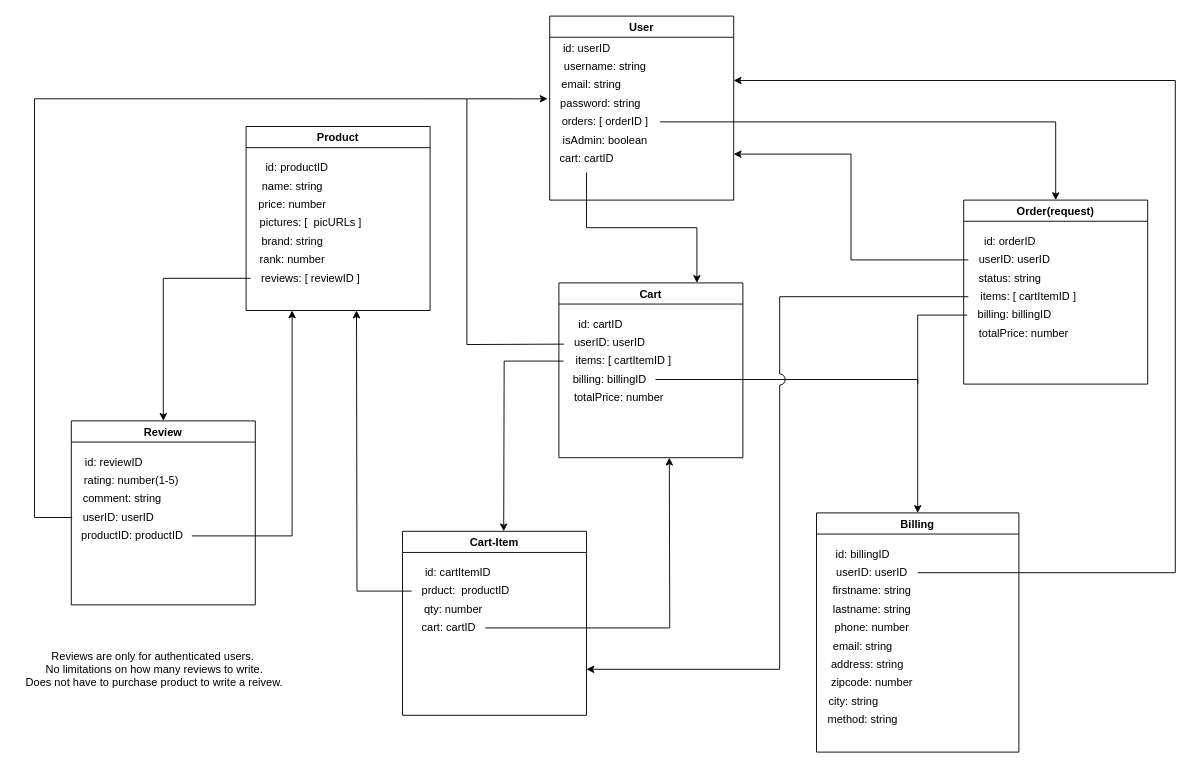
Earlier version of the draw.io diagram E-R.drawio (minugrammer0725/ecommerce). Source tidied: cells renumbered, new cells numbered last; positions are measured from the earlier drawing's top-left corner, leaving out a move shared by most shapes. Both pictures are drawn from the tidied source at 92%, with x=0, y=0 at pixel (16, 16).
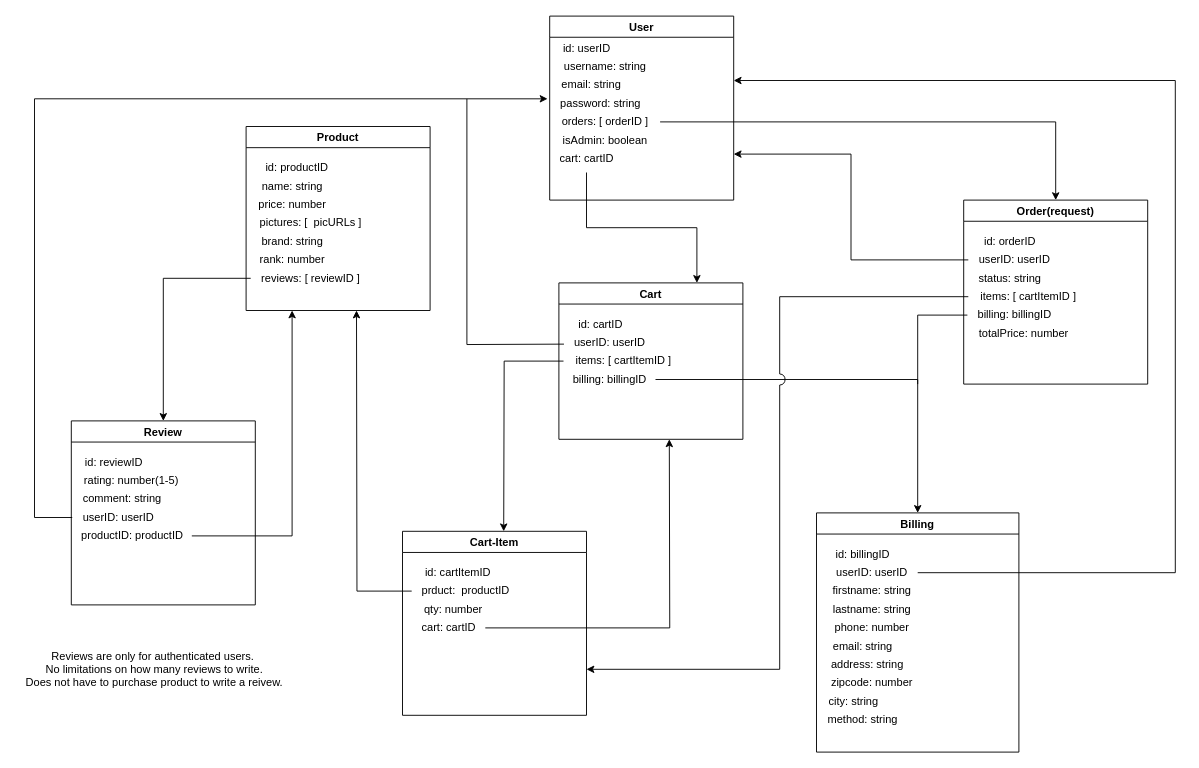
The same page after the edit.

The change refers to these unchanged cells:
```xml
<mxCell id="22" value="cart: cartID" style="text;html=1;align=center;verticalAlign=middle;points=[];strokeColor=none;fillColor=none;" parent="18" vertex="1">
  <mxGeometry x="10" y="90" width="80" height="30" as="geometry" />
</mxCell>
```

Diff of the diagram source:
```diff
@@
     <mxCell id="37" value="Cart" style="swimlane;" parent="1" vertex="1">
-      <mxGeometry x="590" y="290" width="200" height="190" as="geometry" />
+      <mxGeometry x="590" y="290" width="200" height="170" as="geometry" />
     </mxCell>
@@
-    <mxCell id="42" value="totalPrice: number" style="text;html=1;align=center;verticalAlign=middle;strokeColor=none;fillColor=none;" parent="37" vertex="1">
-      <mxGeometry x="5" y="110" width="120" height="30" as="geometry" />
-    </mxCell>
@@
     <mxCell id="64" style="edgeStyle=orthogonalEdgeStyle;rounded=0;jettySize=auto;html=1;" parent="1" edge="1" source="22">
       <mxGeometry relative="1" as="geometry">
-        <mxPoint x="710" y="480" as="targetPoint" />
+        <mxPoint x="710" y="460" as="targetPoint" />
       </mxGeometry>
     </mxCell>
```
